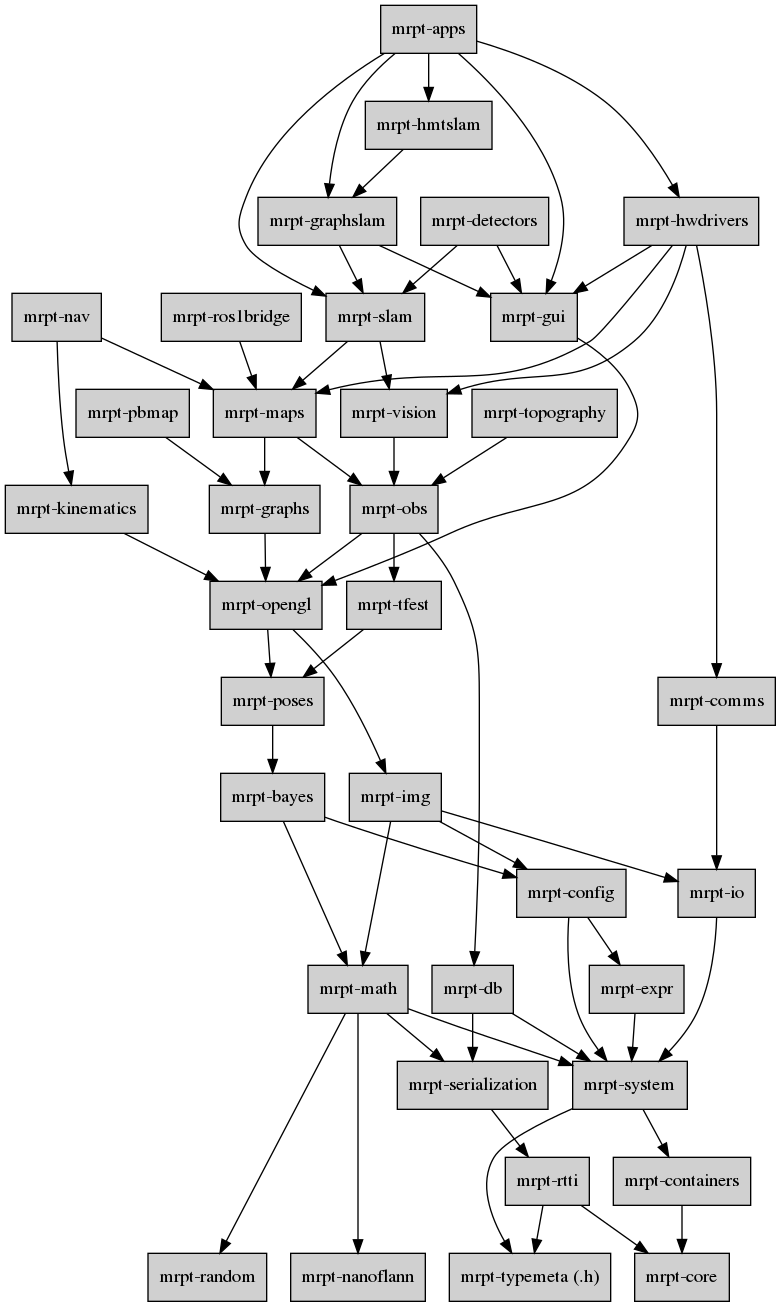
MRPT/mrpt keeps this Graphviz diagram as doc/design_of_images/graph_mrpt_libs.png. Above is the earlier version. Its source is kept beside it as doc/design_of_images/graph_mrpt_libs.dot.
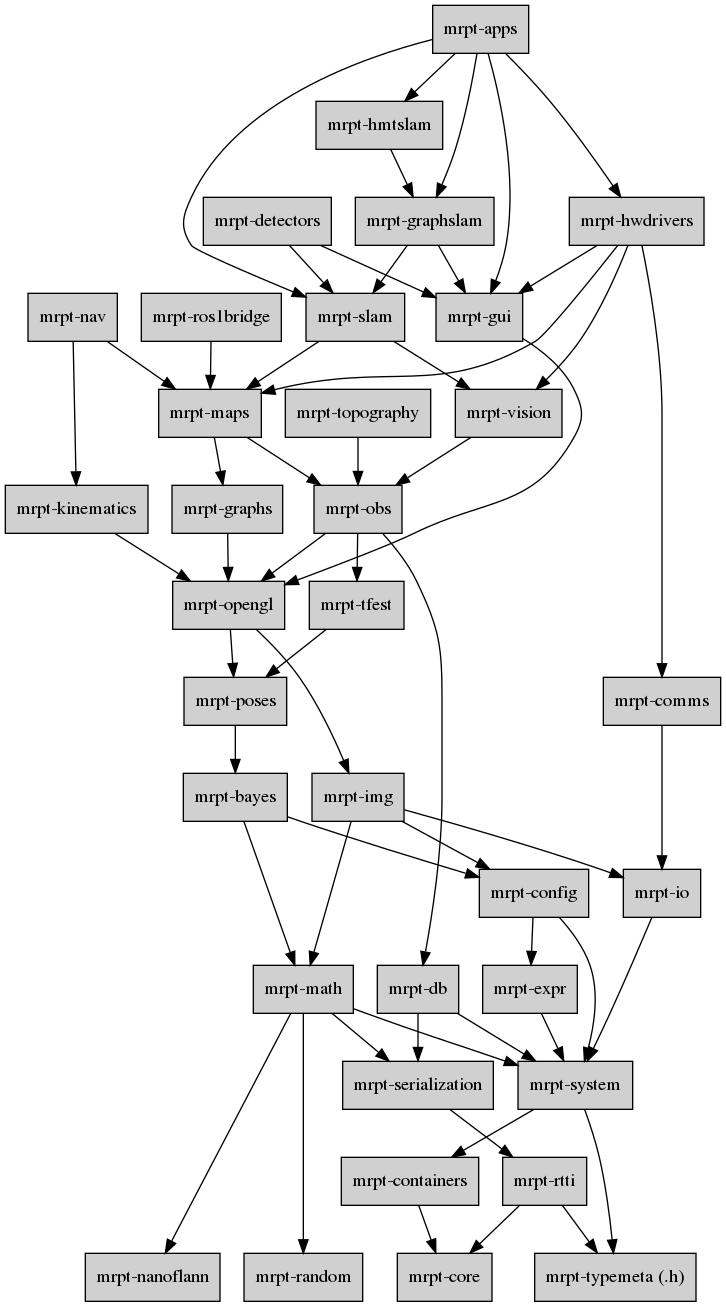
Above is the later version.

Diff of the diagram source:
```diff
@@ -95,9 +95,6 @@
 	opengl -> poses;
 	opengl -> img;
 
-	pbmap      [label="mrpt-pbmap",URL="group__mrpt__pbmap__grp.html"];
-	pbmap -> graphs;
-
 	poses     [label="mrpt-poses",URL="group__mrpt__poses__grp.html"];
 	poses -> bayes;
 
```
